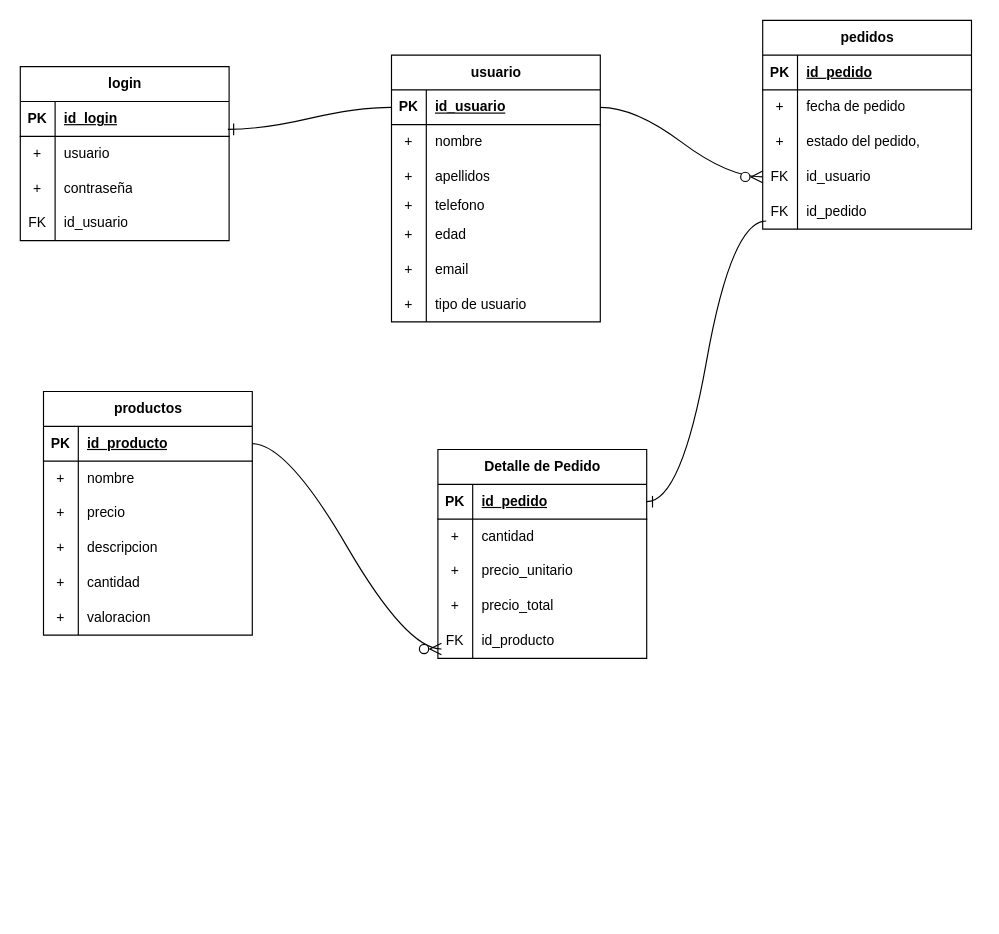
Before: Diagrama sin título.drawio in camiloGHS21/camiloghs21.github.io, a draw.io diagram. Source tidied: cells renumbered, new cells numbered last; positions are measured from the earlier drawing's top-left corner, leaving out a move shared by most shapes. Both pictures are drawn from the tidied source at 116%, with x=0, y=0 at pixel (20, 20).
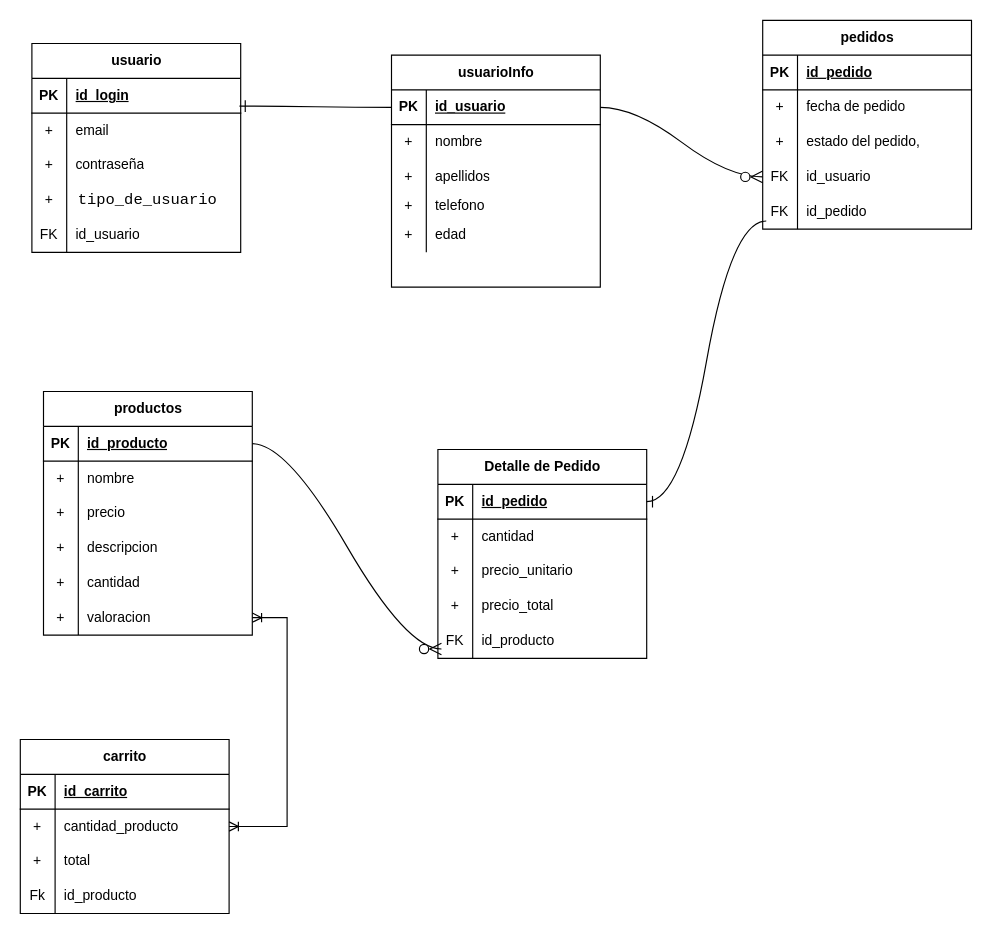
After the change.

Unchanged cells that the change refers to:
```xml
<mxCell id="18" style="shape=tableRow;horizontal=0;startSize=0;swimlaneHead=0;swimlaneBody=0;fillColor=none;points=[[0,0.5],[1,0.5]];portConstraint=eastwest;top=0;left=0;right=0;bottom=0;" parent="2" vertex="1">
  <mxGeometry y="180" width="180" height="30" as="geometry" />
</mxCell>
<mxCell id="47" style="shape=tableRow;horizontal=0;startSize=0;swimlaneHead=0;swimlaneBody=0;fillColor=none;top=0;left=0;right=0;bottom=0;" parent="43" vertex="1">
  <mxGeometry y="60" width="180" height="30" as="geometry" />
</mxCell>
```

The edit, as a diff of the source:
```diff
@@
-    <mxCell id="21" value="usuario" style="shape=table;startSize=30;childLayout=tableLayout;rowLines=0;fontStyle=1;align=center;html=1;" parent="1" vertex="1">
-      <mxGeometry x="320" y="30" width="180" height="230" as="geometry" />
+    <mxCell id="21" value="usuarioInfo" style="shape=table;startSize=30;childLayout=tableLayout;rowLines=0;fontStyle=1;align=center;html=1;" parent="1" vertex="1">
+      <mxGeometry x="320" y="30" width="180" height="200" as="geometry" />
     </mxCell>
@@
-    <mxCell id="37" style="shape=tableRow;horizontal=0;startSize=0;swimlaneHead=0;swimlaneBody=0;fillColor=none;top=0;left=0;right=0;bottom=0;" parent="21" vertex="1">
-      <mxGeometry y="170" width="180" height="30" as="geometry" />
-    </mxCell>
-    <mxCell id="38" value="+" style="shape=partialRectangle;fillColor=none;top=0;left=0;bottom=0;right=0;overflow=hidden;whiteSpace=wrap;html=1;" parent="37" vertex="1">
-      <mxGeometry width="30" height="30" as="geometry" />
-    </mxCell>
-    <mxCell id="39" value="email" style="shape=partialRectangle;fillColor=none;top=0;left=0;bottom=0;right=0;align=left;spacingLeft=6;overflow=hidden;whiteSpace=wrap;html=1;" parent="37" vertex="1">
-      <mxGeometry x="30" width="150" height="30" as="geometry" />
-    </mxCell>
-    <mxCell id="40" style="shape=tableRow;horizontal=0;startSize=0;swimlaneHead=0;swimlaneBody=0;fillColor=none;top=0;left=0;right=0;bottom=0;" parent="21" vertex="1">
-      <mxGeometry y="200" width="180" height="30" as="geometry" />
-    </mxCell>
-    <mxCell id="41" value="+" style="shape=partialRectangle;fillColor=none;top=0;left=0;bottom=0;right=0;overflow=hidden;whiteSpace=wrap;html=1;" parent="40" vertex="1">
-      <mxGeometry width="30" height="30" as="geometry" />
-    </mxCell>
-    <mxCell id="42" value="tipo de usuario" style="shape=partialRectangle;fillColor=none;top=0;left=0;bottom=0;right=0;align=left;spacingLeft=6;overflow=hidden;whiteSpace=wrap;html=1;" parent="40" vertex="1">
-      <mxGeometry x="30" width="150" height="30" as="geometry" />
-    </mxCell>
-    <mxCell id="43" value="login" style="shape=table;startSize=30;childLayout=tableLayout;rowLines=0;fontStyle=1;align=center;html=1;" parent="1" vertex="1">
-      <mxGeometry y="40" width="180" height="150" as="geometry" />
+    <mxCell id="43" value="usuario" style="shape=table;startSize=30;childLayout=tableLayout;rowLines=0;fontStyle=1;align=center;html=1;" parent="1" vertex="1">
+      <mxGeometry x="10" y="20" width="180" height="180" as="geometry" />
     </mxCell>
@@
-    <mxCell id="49" value="usuario" style="shape=partialRectangle;fillColor=none;top=0;left=0;bottom=0;right=0;align=left;spacingLeft=6;overflow=hidden;whiteSpace=wrap;html=1;" parent="47" vertex="1">
+    <mxCell id="49" value="email" style="shape=partialRectangle;fillColor=none;top=0;left=0;bottom=0;right=0;align=left;spacingLeft=6;overflow=hidden;whiteSpace=wrap;html=1;" parent="47" vertex="1">
       <mxGeometry x="30" width="150" height="30" as="geometry" />
     </mxCell>
@@
-    <mxCell id="53" style="shape=tableRow;horizontal=0;startSize=0;swimlaneHead=0;swimlaneBody=0;fillColor=none;top=0;left=0;right=0;bottom=0;" parent="43" vertex="1">
-      <mxGeometry y="120" width="180" height="30" as="geometry" />
-    </mxCell>
+    <mxCell id="92" style="shape=tableRow;horizontal=0;startSize=0;swimlaneHead=0;swimlaneBody=0;fillColor=none;top=0;left=0;right=0;bottom=0;" parent="43" vertex="1">
+      <mxGeometry y="120" width="180" height="30" as="geometry" />
+    </mxCell>
+    <mxCell id="93" value="+" style="shape=partialRectangle;fillColor=none;top=0;left=0;bottom=0;right=0;overflow=hidden;whiteSpace=wrap;html=1;" parent="92" vertex="1">
+      <mxGeometry width="30" height="30" as="geometry" />
+    </mxCell>
+    <mxCell id="94" value="&lt;span style=&quot;padding: 0px 0px 0px 2px;&quot;&gt;&lt;span style=&quot;font-family: Consolas; font-size: 10pt; white-space: pre; background-color: rgb(255, 255, 255);&quot;&gt;tipo_de_usuario&lt;/span&gt;&lt;/span&gt;" style="shape=partialRectangle;fillColor=none;top=0;left=0;bottom=0;right=0;align=left;spacingLeft=6;overflow=hidden;whiteSpace=wrap;html=1;" parent="92" vertex="1">
+      <mxGeometry x="30" width="150" height="30" as="geometry" />
+    </mxCell>
+    <mxCell id="95" style="shape=tableRow;horizontal=0;startSize=0;swimlaneHead=0;swimlaneBody=0;fillColor=none;top=0;left=0;right=0;bottom=0;" parent="43" vertex="1">
+      <mxGeometry y="150" width="180" height="30" as="geometry" />
+    </mxCell>
-    <mxCell id="54" value="FK" style="shape=partialRectangle;fillColor=none;top=0;left=0;bottom=0;right=0;overflow=hidden;whiteSpace=wrap;html=1;" parent="53" vertex="1">
+    <mxCell id="54" value="FK" style="shape=partialRectangle;fillColor=none;top=0;left=0;bottom=0;right=0;overflow=hidden;whiteSpace=wrap;html=1;" parent="95" vertex="1">
       <mxGeometry width="30" height="30" as="geometry" />
     </mxCell>
-    <mxCell id="55" value="id_usuario" style="shape=partialRectangle;fillColor=none;top=0;left=0;bottom=0;right=0;align=left;spacingLeft=6;overflow=hidden;whiteSpace=wrap;html=1;" parent="53" vertex="1">
+    <mxCell id="55" value="id_usuario" style="shape=partialRectangle;fillColor=none;top=0;left=0;bottom=0;right=0;align=left;spacingLeft=6;overflow=hidden;whiteSpace=wrap;html=1;" parent="95" vertex="1">
       <mxGeometry x="30" width="150" height="30" as="geometry" />
     </mxCell>
@@
+    <mxCell id="96" value="carrito" style="shape=table;startSize=30;childLayout=tableLayout;rowLines=0;fontStyle=1;align=center;html=1;" parent="1" vertex="1">
+      <mxGeometry y="620" width="180" height="150" as="geometry" />
+    </mxCell>
+    <mxCell id="97" style="shape=tableRow;horizontal=0;startSize=0;swimlaneHead=0;swimlaneBody=0;fillColor=none;top=0;left=0;right=0;bottom=1;" parent="96" vertex="1">
+      <mxGeometry y="30" width="180" height="30" as="geometry" />
+    </mxCell>
+    <mxCell id="98" value="PK" style="shape=partialRectangle;fillColor=none;top=0;left=0;bottom=0;right=0;fontStyle=1;overflow=hidden;whiteSpace=wrap;html=1;" parent="97" vertex="1">
+      <mxGeometry width="30" height="30" as="geometry" />
+    </mxCell>
+    <mxCell id="99" value="id_carrito" style="shape=partialRectangle;fillColor=none;top=0;left=0;bottom=0;right=0;align=left;spacingLeft=6;fontStyle=5;overflow=hidden;whiteSpace=wrap;html=1;" parent="97" vertex="1">
+      <mxGeometry x="30" width="150" height="30" as="geometry" />
+    </mxCell>
+    <mxCell id="100" style="shape=tableRow;horizontal=0;startSize=0;swimlaneHead=0;swimlaneBody=0;fillColor=none;points=[[0,0.5],[1,0.5]];portConstraint=eastwest;top=0;left=0;right=0;bottom=0;" parent="96" vertex="1">
+      <mxGeometry y="60" width="180" height="30" as="geometry" />
+    </mxCell>
+    <mxCell id="101" value="+" style="shape=partialRectangle;fillColor=none;top=0;left=0;bottom=0;right=0;overflow=hidden;whiteSpace=wrap;html=1;" parent="100" vertex="1">
+      <mxGeometry width="30" height="30" as="geometry" />
+    </mxCell>
+    <mxCell id="102" value="cantidad_producto" style="shape=partialRectangle;fillColor=none;top=0;left=0;bottom=0;right=0;align=left;spacingLeft=6;overflow=hidden;whiteSpace=wrap;html=1;" parent="100" vertex="1">
+      <mxGeometry x="30" width="150" height="30" as="geometry" />
+    </mxCell>
+    <mxCell id="103" style="shape=tableRow;horizontal=0;startSize=0;swimlaneHead=0;swimlaneBody=0;fillColor=none;top=0;left=0;right=0;bottom=0;" parent="96" vertex="1">
+      <mxGeometry y="90" width="180" height="30" as="geometry" />
+    </mxCell>
+    <mxCell id="104" value="+" style="shape=partialRectangle;fillColor=none;top=0;left=0;bottom=0;right=0;overflow=hidden;whiteSpace=wrap;html=1;" parent="103" vertex="1">
+      <mxGeometry width="30" height="30" as="geometry" />
+    </mxCell>
+    <mxCell id="105" value="total" style="shape=partialRectangle;fillColor=none;top=0;left=0;bottom=0;right=0;align=left;spacingLeft=6;overflow=hidden;whiteSpace=wrap;html=1;" parent="103" vertex="1">
+      <mxGeometry x="30" width="150" height="30" as="geometry" />
+    </mxCell>
+    <mxCell id="106" style="shape=tableRow;horizontal=0;startSize=0;swimlaneHead=0;swimlaneBody=0;fillColor=none;top=0;left=0;right=0;bottom=0;" parent="96" vertex="1">
+      <mxGeometry y="120" width="180" height="30" as="geometry" />
+    </mxCell>
+    <mxCell id="107" value="Fk" style="shape=partialRectangle;fillColor=none;top=0;left=0;bottom=0;right=0;overflow=hidden;whiteSpace=wrap;html=1;" parent="106" vertex="1">
+      <mxGeometry width="30" height="30" as="geometry" />
+    </mxCell>
+    <mxCell id="108" value="id_producto" style="shape=partialRectangle;fillColor=none;top=0;left=0;bottom=0;right=0;align=left;spacingLeft=6;overflow=hidden;whiteSpace=wrap;html=1;" parent="106" vertex="1">
+      <mxGeometry x="30" width="150" height="30" as="geometry" />
+    </mxCell>
+    <mxCell id="109" style="edgeStyle=entityRelationEdgeStyle;fontSize=12;html=1;endArrow=ERoneToMany;startArrow=ERoneToMany;rounded=0;exitX=1;exitY=0.5;exitDx=0;exitDy=0;" parent="1" edge="1" source="100" target="18">
+      <mxGeometry relative="1" as="geometry" />
+    </mxCell>
```
